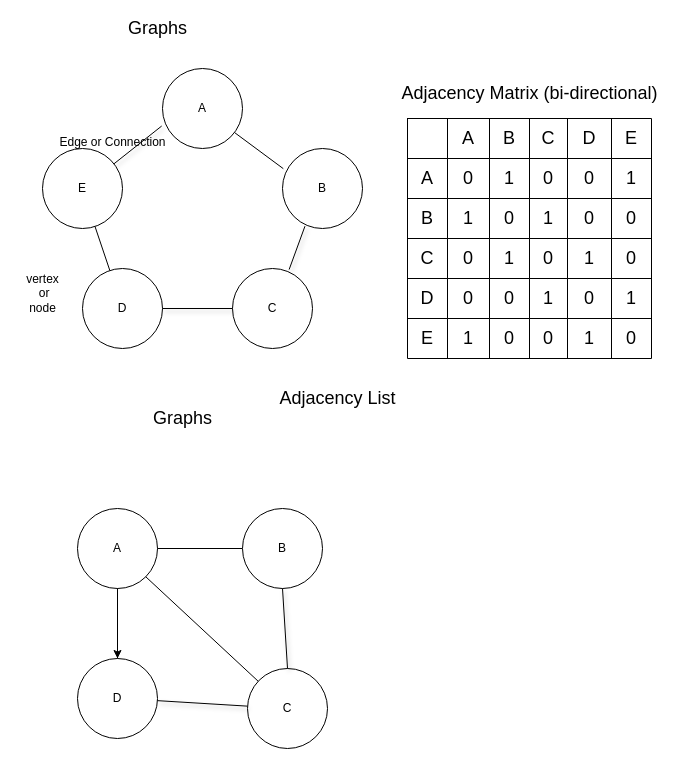
anjali-ghanshani/datastructure-and-algorithms-javascript keeps this draw.io diagram as data-structure/graphs.drawio. Above is the earlier version. Source tidied: cells renumbered, new cells numbered last; positions are measured from the earlier drawing's top-left corner, leaving out a move shared by most shapes. Both pictures are drawn from the tidied source at 100%, with x=0, y=0 at pixel (17, 18).
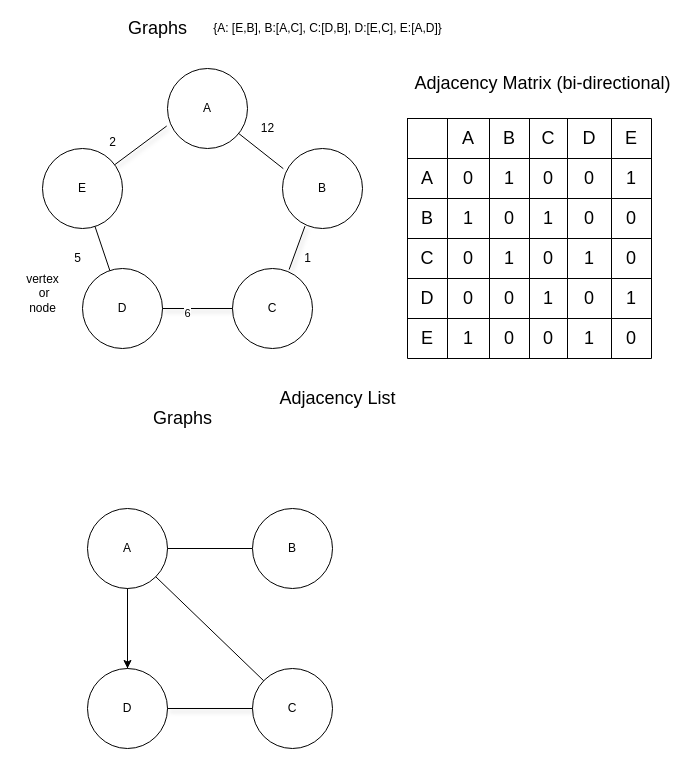
The same diagram, later.

Unchanged cells that the change refers to:
```xml
<mxCell id="14" style="endArrow=none;html=1;shadow=1;fontSize=18;" parent="1" edge="1" source="2" target="12">
  <mxGeometry relative="1" as="geometry" />
</mxCell>
```

What changed in the source:
```diff
@@
     <mxCell id="4" value="A" style="ellipse;whiteSpace=wrap;html=1;" parent="1" vertex="1">
-      <mxGeometry x="145" y="50" width="80" height="80" as="geometry" />
+      <mxGeometry x="150" y="50" width="80" height="80" as="geometry" />
     </mxCell>
@@
-    <mxCell id="9" value="&lt;font style=&quot;font-size: 12px&quot;&gt;Edge or Connection&lt;/font&gt;" style="text;html=1;align=center;verticalAlign=middle;strokeColor=none;fillColor=none;fontSize=24;rotation=0;" parent="1" vertex="1">
-      <mxGeometry x="35" y="100" width="120" height="40" as="geometry" />
+    <mxCell id="9" value="&lt;font style=&quot;font-size: 12px&quot;&gt;2&lt;/font&gt;" style="text;html=1;align=center;verticalAlign=middle;strokeColor=none;fillColor=none;fontSize=24;rotation=0;" parent="1" vertex="1">
+      <mxGeometry x="85" y="100" width="20" height="40" as="geometry" />
     </mxCell>
@@
+    <mxCell id="71" value="6" style="edgeLabel;html=1;align=center;verticalAlign=middle;" parent="14" vertex="1">
+      <mxGeometry x="-0.32" y="-4" relative="1" as="geometry" />
+    </mxCell>
@@
     <mxCell id="58" value="Adjacency Matrix (bi-directional)" style="text;html=1;align=center;verticalAlign=middle;strokeColor=none;fillColor=none;fontSize=18;" parent="1" vertex="1">
-      <mxGeometry x="377" y="60" width="270" height="30" as="geometry" />
+      <mxGeometry x="390" y="50" width="270" height="30" as="geometry" />
     </mxCell>
@@
     <mxCell id="60" value="D" style="ellipse;whiteSpace=wrap;html=1;" parent="1" vertex="1">
-      <mxGeometry x="60" y="640" width="80" height="80" as="geometry" />
+      <mxGeometry x="70" y="650" width="80" height="80" as="geometry" />
     </mxCell>
@@
     <mxCell id="62" value="A" style="ellipse;whiteSpace=wrap;html=1;" parent="1" vertex="1">
-      <mxGeometry x="60" y="490" width="80" height="80" as="geometry" />
+      <mxGeometry x="70" y="490" width="80" height="80" as="geometry" />
     </mxCell>
@@
     <mxCell id="65" value="B" style="ellipse;whiteSpace=wrap;html=1;" parent="1" vertex="1">
-      <mxGeometry x="225" y="490" width="80" height="80" as="geometry" />
+      <mxGeometry x="235" y="490" width="80" height="80" as="geometry" />
     </mxCell>
     <mxCell id="66" value="C" style="ellipse;whiteSpace=wrap;html=1;" parent="1" vertex="1">
-      <mxGeometry x="230" y="650" width="80" height="80" as="geometry" />
+      <mxGeometry x="235" y="650" width="80" height="80" as="geometry" />
     </mxCell>
-    <mxCell id="67" style="endArrow=none;html=1;shadow=1;fontSize=18;exitX=0.5;exitY=0;exitDx=0;exitDy=0;entryX=0.5;entryY=1;entryDx=0;entryDy=0;" parent="1" edge="1" source="66" target="65">
-      <mxGeometry relative="1" as="geometry" />
-    </mxCell>
@@
+    <mxCell id="72" value="{A: [E,B], B:[A,C], C:[D,B], D:[E,C], E:[A,D]}" style="text;html=1;align=center;verticalAlign=middle;strokeColor=none;fillColor=none;" parent="1" vertex="1">
+      <mxGeometry x="190" width="240" height="20" as="geometry" />
+    </mxCell>
+    <mxCell id="73" value="12" style="text;html=1;align=center;verticalAlign=middle;strokeColor=none;fillColor=none;" parent="1" vertex="1">
+      <mxGeometry x="235" y="100" width="30" height="20" as="geometry" />
+    </mxCell>
+    <mxCell id="74" value="5" style="text;html=1;align=center;verticalAlign=middle;strokeColor=none;fillColor=none;" parent="1" vertex="1">
+      <mxGeometry x="50" y="230" width="20" height="20" as="geometry" />
+    </mxCell>
+    <mxCell id="75" value="1" style="text;html=1;align=center;verticalAlign=middle;strokeColor=none;fillColor=none;" parent="1" vertex="1">
+      <mxGeometry x="280" y="230" width="20" height="20" as="geometry" />
+    </mxCell>
```
